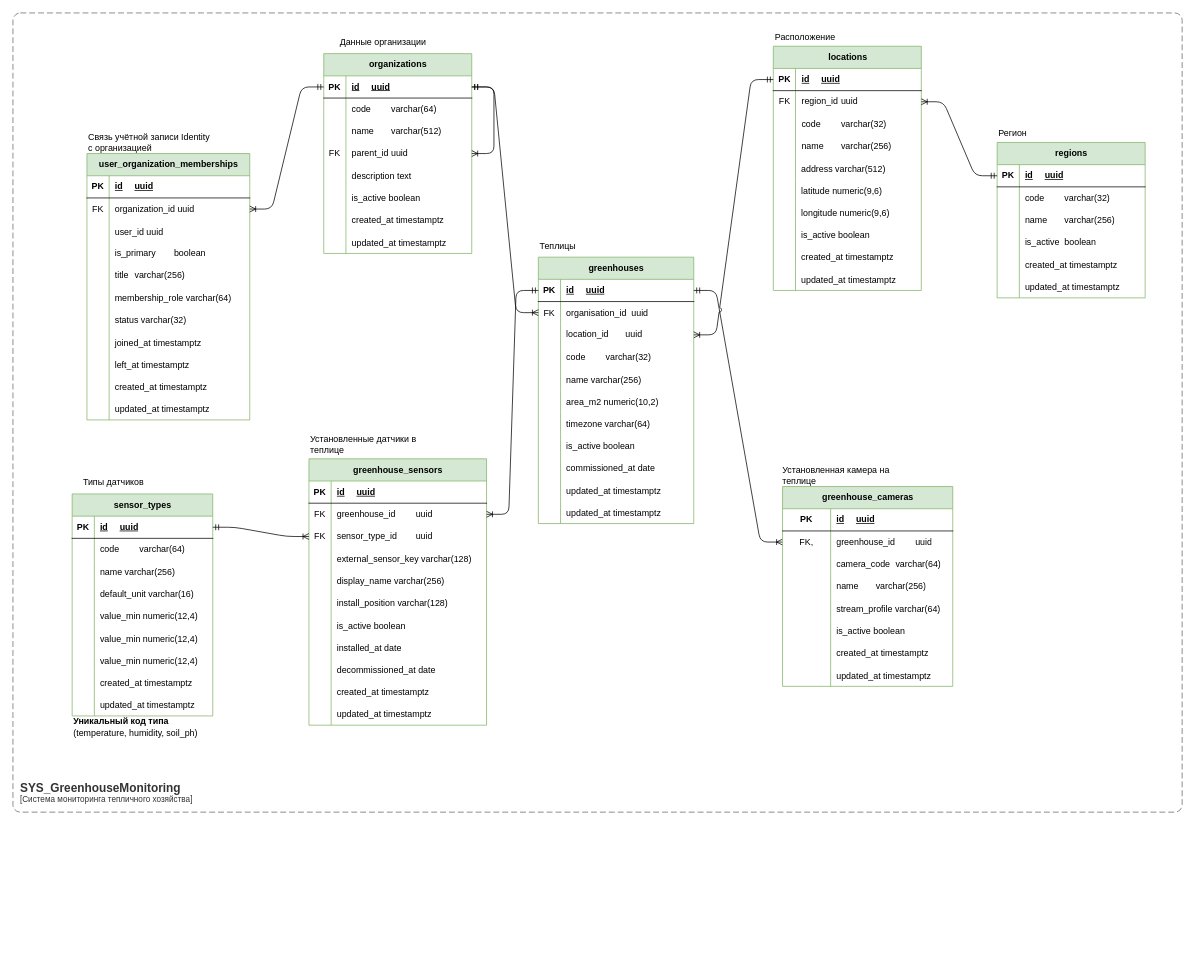
Before: docs/architecture/diagram/data/cnt_gm_db/21-erd-cnt-gm-db.drawio in shishkinsa/greenhouse-monitoring, a draw.io diagram. Source tidied: cells renumbered, new cells numbered last; positions are measured from the earlier drawing's top-left corner, leaving out a move shared by most shapes. Both pictures are drawn from the tidied source at 74%, with x=0, y=0 at pixel (13, 13).
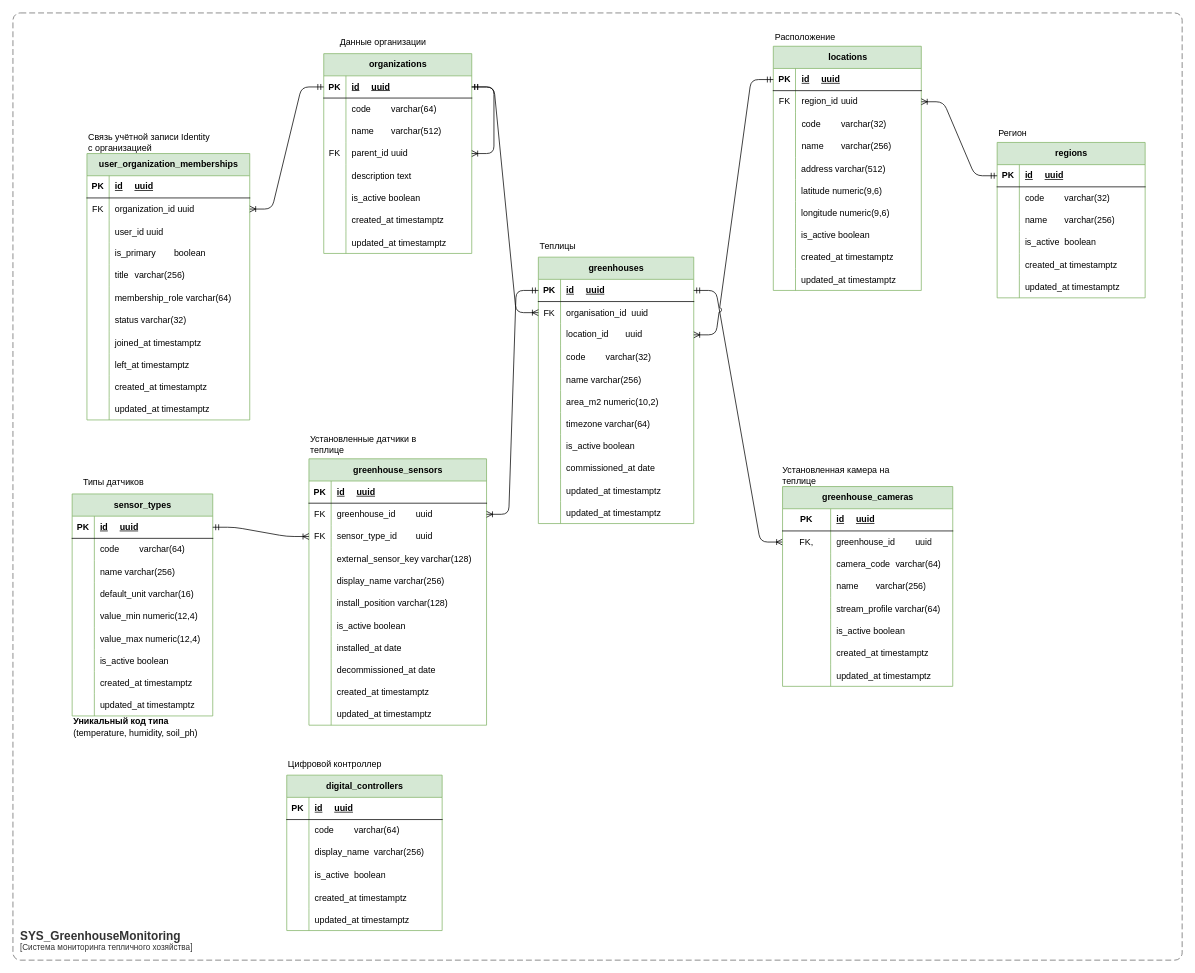
The same diagram, later.

The change refers to these unchanged cells:
```xml
<mxCell id="118" style="shape=tableRow;horizontal=0;startSize=0;swimlaneHead=0;swimlaneBody=0;fillColor=none;top=0;left=0;right=0;bottom=0;" parent="102" vertex="1">
  <mxGeometry y="180" width="190" height="30" as="geometry" />
</mxCell>
<mxCell id="121" style="shape=tableRow;horizontal=0;startSize=0;swimlaneHead=0;swimlaneBody=0;fillColor=none;top=0;left=0;right=0;bottom=0;" parent="102" vertex="1">
  <mxGeometry y="210" width="190" height="30" as="geometry" />
</mxCell>
```

The edit, as a diff of the source:
```diff
@@
-    <mxCell id="120" value="value_min&#9;numeric(12,4)" style="shape=partialRectangle;fillColor=none;top=0;left=0;bottom=0;right=0;align=left;spacingLeft=6;overflow=hidden;" parent="118" vertex="1">
+    <mxCell id="120" value="value_max numeric(12,4)" style="shape=partialRectangle;fillColor=none;top=0;left=0;bottom=0;right=0;align=left;spacingLeft=6;overflow=hidden;" parent="118" vertex="1">
       <mxGeometry x="30" width="160" height="30" as="geometry" />
     </mxCell>
@@
-    <mxCell id="123" value="value_min&#9;numeric(12,4)" style="shape=partialRectangle;fillColor=none;top=0;left=0;bottom=0;right=0;align=left;spacingLeft=6;overflow=hidden;" parent="121" vertex="1">
+    <mxCell id="123" value="is_active boolean" style="shape=partialRectangle;fillColor=none;top=0;left=0;bottom=0;right=0;align=left;spacingLeft=6;overflow=hidden;" parent="121" vertex="1">
       <mxGeometry x="30" width="160" height="30" as="geometry" />
     </mxCell>
@@
     <object id="193" label="&lt;font style=&quot;font-size: 16px&quot;&gt;&lt;b&gt;&lt;div style=&quot;text-align: left&quot;&gt;%c4Name%&lt;/div&gt;&lt;/b&gt;&lt;/font&gt;&lt;div style=&quot;text-align: left&quot;&gt;[%c4Application%]&lt;/div&gt;" c4Application="Система мониторинга тепличного хозяйства" c4Name="SYS_GreenhouseMonitoring" placeholders="1">
       <mxCell style="rounded=1;fontSize=11;whiteSpace=wrap;html=1;dashed=1;arcSize=20;fillColor=none;strokeColor=#666666;fontColor=#333333;labelBackgroundColor=none;align=left;verticalAlign=bottom;labelBorderColor=none;spacingTop=0;spacing=10;dashPattern=8 4;perimeter=rectanglePerimeter;noLabel=0;labelPadding=0;absoluteArcSize=1;" parent="1" vertex="1">
-        <mxGeometry width="1580" height="1080" as="geometry" />
+        <mxGeometry width="1580" height="1280" as="geometry" />
       </mxCell>
     </object>
@@
+    <mxCell id="250" value="digital_controllers" style="shape=table;startSize=30;childLayout=tableLayout;rowLines=0;fontStyle=1;align=center;html=1;fillColor=#d5e8d4;strokeColor=#82b366;" parent="1" vertex="1">
+      <mxGeometry x="370" y="1030" width="210" height="210" as="geometry" />
+    </mxCell>
+    <mxCell id="251" style="shape=tableRow;horizontal=0;startSize=0;swimlaneHead=0;swimlaneBody=0;fillColor=none;top=0;left=0;right=0;bottom=1;" parent="250" vertex="1">
+      <mxGeometry y="30" width="210" height="30" as="geometry" />
+    </mxCell>
+    <mxCell id="252" value="PK" style="shape=partialRectangle;fillColor=none;top=0;left=0;bottom=0;right=0;fontStyle=1;overflow=hidden;whiteSpace=wrap;html=1;" parent="251" vertex="1">
+      <mxGeometry width="30" height="30" as="geometry" />
+    </mxCell>
+    <mxCell id="253" value="&lt;font color=&quot;#000000&quot;&gt;id&lt;span style=&quot;white-space:pre&quot;&gt;&#9;&lt;/span&gt;uuid&lt;/font&gt;" style="shape=partialRectangle;fillColor=none;top=0;left=0;bottom=0;right=0;align=left;spacingLeft=6;fontStyle=5;overflow=hidden;whiteSpace=wrap;html=1;" parent="251" vertex="1">
+      <mxGeometry x="30" width="180" height="30" as="geometry" />
+    </mxCell>
+    <mxCell id="254" style="shape=tableRow;horizontal=0;startSize=0;swimlaneHead=0;swimlaneBody=0;fillColor=none;top=0;left=0;right=0;bottom=0;" parent="250" vertex="1">
+      <mxGeometry y="60" width="210" height="30" as="geometry" />
+    </mxCell>
+    <mxCell id="255" style="shape=partialRectangle;fillColor=none;top=0;left=0;bottom=0;right=0;overflow=hidden;whiteSpace=wrap;html=1;" parent="254" vertex="1">
+      <mxGeometry width="30" height="30" as="geometry" />
+    </mxCell>
+    <mxCell id="256" value="&lt;font color=&quot;#000000&quot;&gt;code&lt;span style=&quot;white-space:pre&quot;&gt;&#9;&lt;/span&gt;varchar(64)&lt;/font&gt;" style="shape=partialRectangle;fillColor=none;top=0;left=0;bottom=0;right=0;align=left;spacingLeft=6;overflow=hidden;whiteSpace=wrap;html=1;" parent="254" vertex="1">
+      <mxGeometry x="30" width="180" height="30" as="geometry" />
+    </mxCell>
+    <mxCell id="257" style="shape=tableRow;horizontal=0;startSize=0;swimlaneHead=0;swimlaneBody=0;fillColor=none;top=0;left=0;right=0;bottom=0;" parent="250" vertex="1">
+      <mxGeometry y="90" width="210" height="30" as="geometry" />
+    </mxCell>
+    <mxCell id="258" style="shape=partialRectangle;fillColor=none;top=0;left=0;bottom=0;right=0;overflow=hidden;whiteSpace=wrap;html=1;" parent="257" vertex="1">
+      <mxGeometry width="30" height="30" as="geometry" />
+    </mxCell>
+    <mxCell id="259" value="&lt;font color=&quot;#000000&quot;&gt;display_name&lt;span style=&quot;white-space:pre&quot;&gt;&#9;&lt;/span&gt;varchar(256)&lt;/font&gt;" style="shape=partialRectangle;fillColor=none;top=0;left=0;bottom=0;right=0;align=left;spacingLeft=6;overflow=hidden;whiteSpace=wrap;html=1;" parent="257" vertex="1">
+      <mxGeometry x="30" width="180" height="30" as="geometry" />
+    </mxCell>
+    <mxCell id="260" style="shape=tableRow;horizontal=0;startSize=0;swimlaneHead=0;swimlaneBody=0;fillColor=none;top=0;left=0;right=0;bottom=0;" parent="250" vertex="1">
+      <mxGeometry y="120" width="210" height="30" as="geometry" />
+    </mxCell>
+    <mxCell id="261" style="shape=partialRectangle;fillColor=none;top=0;left=0;bottom=0;right=0;overflow=hidden;whiteSpace=wrap;html=1;" parent="260" vertex="1">
+      <mxGeometry width="30" height="30" as="geometry" />
+    </mxCell>
+    <mxCell id="262" value="&lt;font color=&quot;#000000&quot;&gt;is_active&lt;span style=&quot;white-space:pre&quot;&gt;&#9;&lt;/span&gt;boolean&lt;/font&gt;" style="shape=partialRectangle;fillColor=none;top=0;left=0;bottom=0;right=0;align=left;spacingLeft=6;overflow=hidden;whiteSpace=wrap;html=1;" parent="260" vertex="1">
+      <mxGeometry x="30" width="180" height="30" as="geometry" />
+    </mxCell>
+    <mxCell id="263" style="shape=tableRow;horizontal=0;startSize=0;swimlaneHead=0;swimlaneBody=0;fillColor=none;top=0;left=0;right=0;bottom=0;" parent="250" vertex="1">
+      <mxGeometry y="150" width="210" height="30" as="geometry" />
+    </mxCell>
+    <mxCell id="264" style="shape=partialRectangle;fillColor=none;top=0;left=0;bottom=0;right=0;overflow=hidden;" parent="263" vertex="1">
+      <mxGeometry width="30" height="30" as="geometry" />
+    </mxCell>
+    <mxCell id="265" value="created_at&#9;timestamptz" style="shape=partialRectangle;fillColor=none;top=0;left=0;bottom=0;right=0;align=left;spacingLeft=6;overflow=hidden;" parent="263" vertex="1">
+      <mxGeometry x="30" width="180" height="30" as="geometry" />
+    </mxCell>
+    <mxCell id="266" style="shape=tableRow;horizontal=0;startSize=0;swimlaneHead=0;swimlaneBody=0;fillColor=none;top=0;left=0;right=0;bottom=0;" parent="250" vertex="1">
+      <mxGeometry y="180" width="210" height="30" as="geometry" />
+    </mxCell>
+    <mxCell id="267" style="shape=partialRectangle;fillColor=none;top=0;left=0;bottom=0;right=0;overflow=hidden;" parent="266" vertex="1">
+      <mxGeometry width="30" height="30" as="geometry" />
+    </mxCell>
+    <mxCell id="268" value="updated_at&#9;timestamptz" style="shape=partialRectangle;fillColor=none;top=0;left=0;bottom=0;right=0;align=left;spacingLeft=6;overflow=hidden;" parent="266" vertex="1">
+      <mxGeometry x="30" width="180" height="30" as="geometry" />
+    </mxCell>
+    <mxCell id="269" value="Цифровой контроллер" style="text;html=1;align=left;verticalAlign=middle;whiteSpace=wrap;rounded=0;" parent="1" vertex="1">
+      <mxGeometry x="370" y="1000" width="180" height="30" as="geometry" />
+    </mxCell>
```
